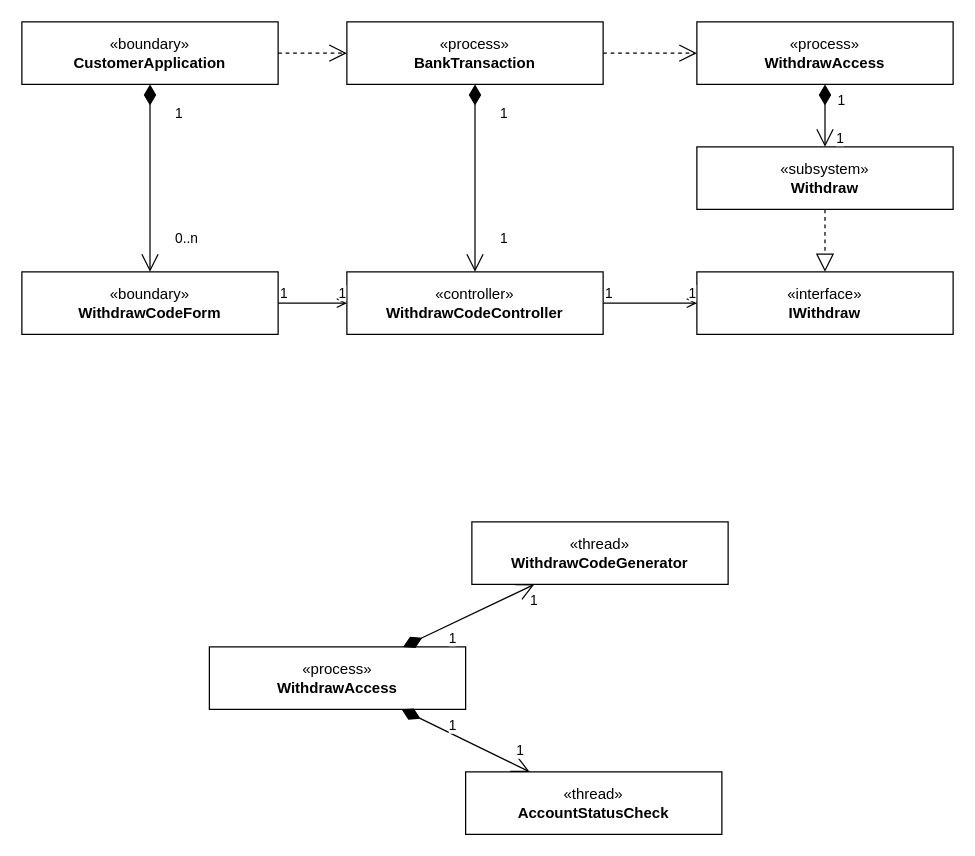
Earlier version of the draw.io diagram page "process and thread" (3 of 3) of uml/BHDG_Usecase_8_0.0.1.drawio (HoangDucBach/bghc). Source tidied: cells renumbered, new cells numbered last; positions are measured from the earlier drawing's top-left corner, leaving out a move shared by most shapes. Both pictures are drawn from the tidied source at 125%, with x=0, y=0 at pixel (21, 21).
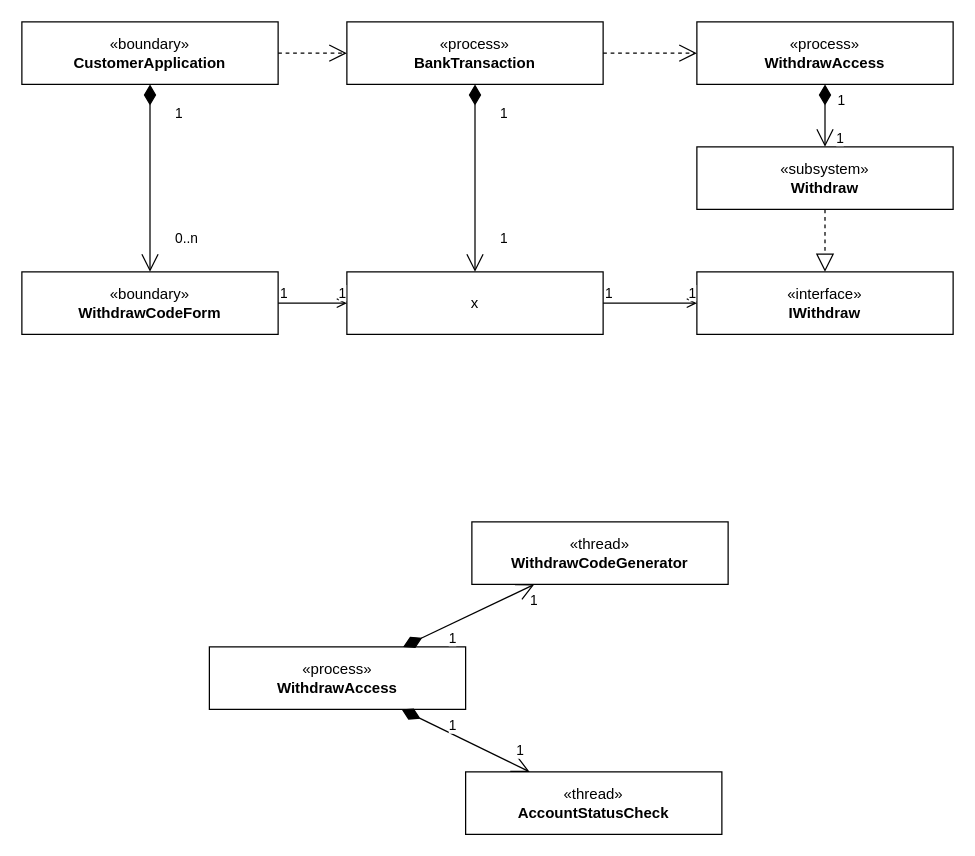
Above is the later version.

What changed in the source:
```diff
@@
-    <mxCell id="2" value="«controller»&lt;br&gt;&lt;b&gt;WithdrawCodeController&lt;/b&gt;" style="html=1;whiteSpace=wrap;" parent="1" vertex="1">
+    <mxCell id="2" value="x" style="html=1;whiteSpace=wrap;" parent="1" vertex="1">
       <mxGeometry x="260" y="200" width="205" height="50" as="geometry" />
     </mxCell>
```
